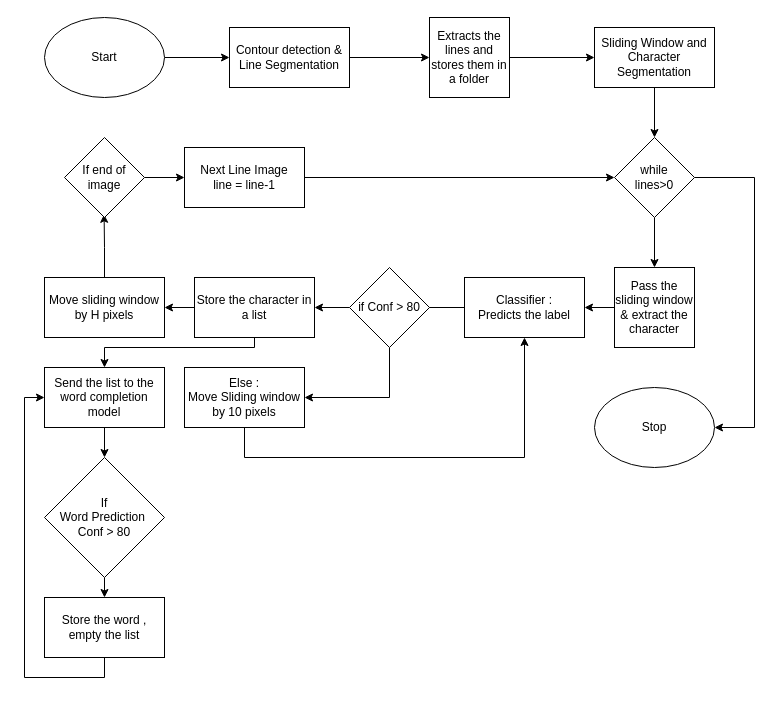
Before: Reference/Sharada Pipeline.drawio in sud0x00/SharadaProject-Documentation, a draw.io diagram. Source tidied: cells renumbered, new cells numbered last; positions are measured from the earlier drawing's top-left corner, leaving out a move shared by most shapes. Both pictures are drawn from the tidied source at 100%, with x=0, y=0 at pixel (44, 17).
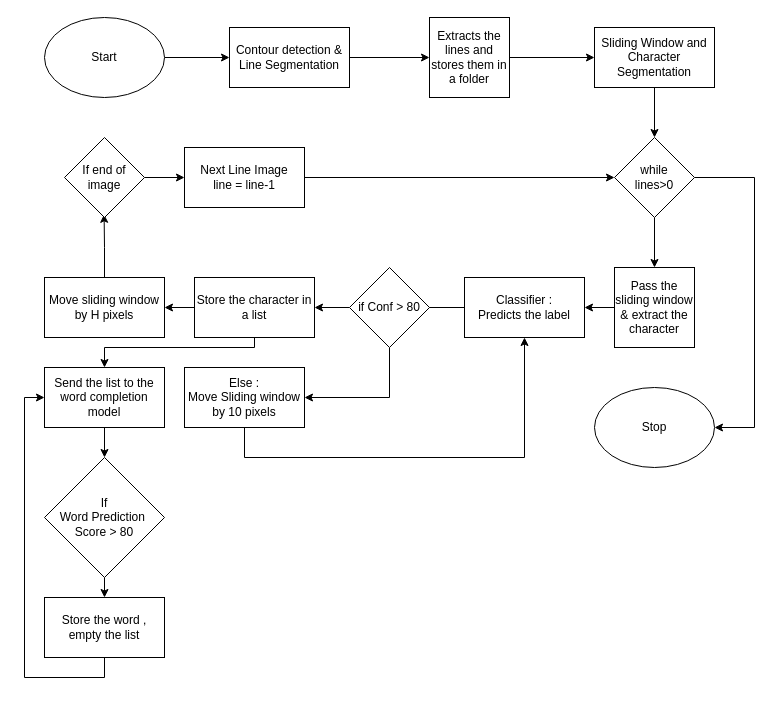
Above is the later version.

Diff of the diagram source:
```diff
@@
-    <mxCell id="37" value="If&lt;br&gt;&lt;div&gt;Word Prediction&amp;nbsp;&lt;/div&gt;&lt;div&gt;Conf &amp;gt; 80 &lt;br&gt;&lt;/div&gt;" style="rhombus;whiteSpace=wrap;html=1;" parent="1" vertex="1">
+    <mxCell id="37" value="If&lt;br&gt;&lt;div&gt;Word Prediction&amp;nbsp;&lt;/div&gt;&lt;div&gt;Score &amp;gt; 80 &lt;br&gt;&lt;/div&gt;" style="rhombus;whiteSpace=wrap;html=1;" parent="1" vertex="1">
       <mxGeometry y="440" width="120" height="120" as="geometry" />
     </mxCell>
```
